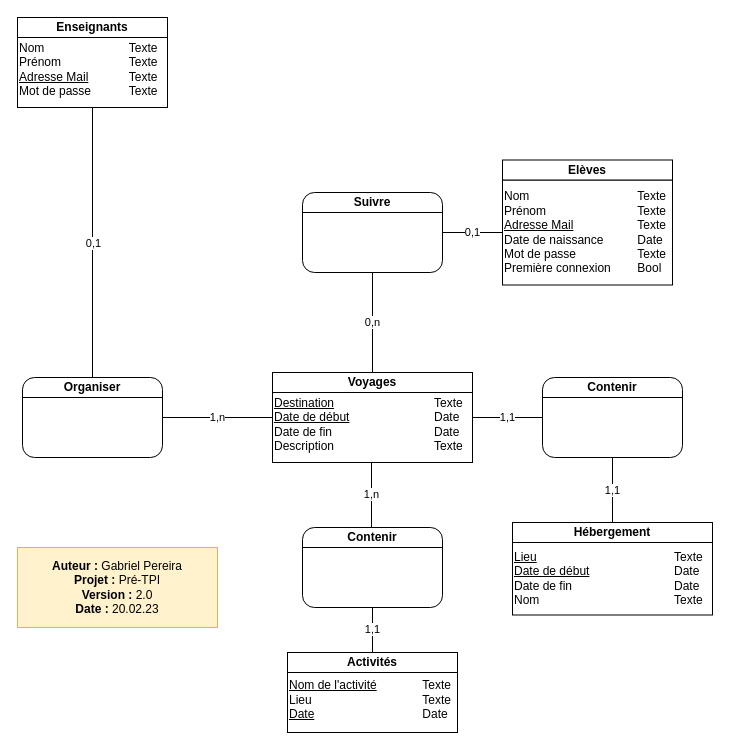
Soreenn/Pre-TPI keeps this draw.io diagram as Documentation/MCD.drawio. Above is the earlier version. Source tidied: cells renumbered, new cells numbered last; positions are measured from the earlier drawing's top-left corner, leaving out a move shared by most shapes. Both pictures are drawn from the tidied source at 100%, with x=0, y=0 at pixel (17, 17).
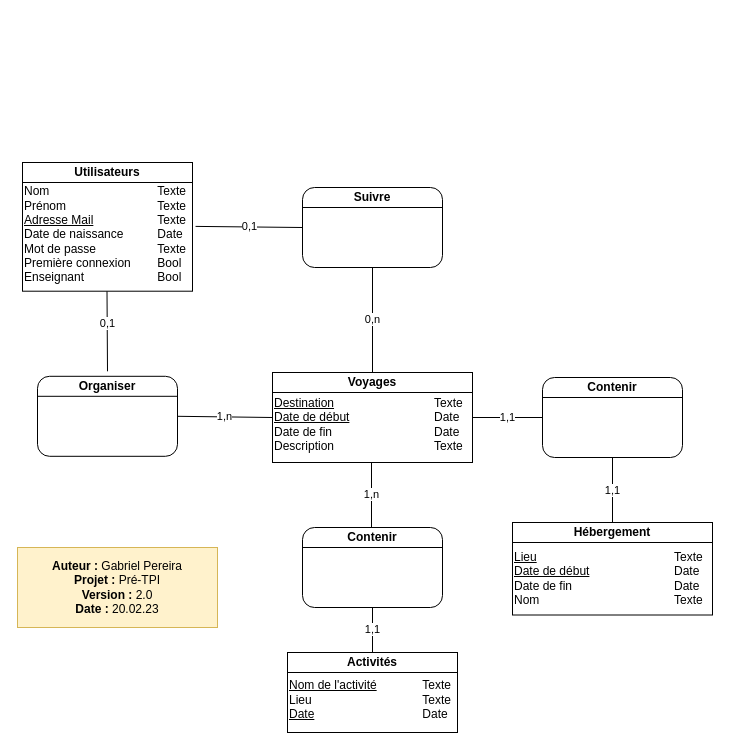
Above is the later version.

The change refers to these unchanged cells:
```xml
<mxCell id="6" value="&lt;br&gt;&lt;u&gt;Destination&lt;/u&gt;&lt;span style=&quot;white-space: pre;&quot;&gt;&#9;&lt;/span&gt;&lt;span style=&quot;white-space: pre;&quot;&gt;&#9;&lt;/span&gt;&lt;span style=&quot;white-space: pre;&quot;&gt;&#9;&lt;span style=&quot;white-space: pre;&quot;&gt;&#9;&lt;/span&gt;&lt;/span&gt;Texte&lt;br&gt;&lt;u&gt;Date de début&lt;/u&gt;&lt;span style=&quot;text-decoration-line: underline; white-space: pre;&quot;&gt;&#9;&lt;/span&gt;&lt;span style=&quot;text-decoration-line: underline; white-space: pre;&quot;&gt;&#9;&lt;/span&gt;&lt;span style=&quot;text-decoration-line: underline; white-space: pre;&quot;&gt;&#9;&lt;span style=&quot;white-space: pre;&quot;&gt;&#9;&lt;/span&gt;&lt;/span&gt;Date&lt;br&gt;Date de fin&lt;span style=&quot;white-space: pre;&quot;&gt;&#9;&lt;/span&gt;&lt;span style=&quot;white-space: pre;&quot;&gt;&#9;&lt;/span&gt;&lt;span style=&quot;white-space: pre;&quot;&gt;&#9;&lt;/span&gt;&lt;span style=&quot;white-space: pre;&quot;&gt;&#9;&lt;/span&gt;Date&lt;br&gt;Description&lt;span style=&quot;white-space: pre;&quot;&gt;&#9;&lt;/span&gt;&lt;span style=&quot;white-space: pre;&quot;&gt;&#9;&lt;/span&gt;&lt;span style=&quot;white-space: pre;&quot;&gt;&#9;&lt;span style=&quot;white-space: pre;&quot;&gt;&#9;&lt;/span&gt;&lt;/span&gt;Texte" style="rounded=0;whiteSpace=wrap;html=1;align=left;" parent="1" vertex="1">
  <mxGeometry x="255" y="355" width="200" height="90" as="geometry" />
</mxCell>
<mxCell id="16" style="rounded=1;whiteSpace=wrap;html=1;" parent="15" vertex="1">
  <mxGeometry y="5" width="140" height="80" as="geometry" />
</mxCell>
```

What changed in the source:
```diff
@@
-    <mxCell id="2" value="&lt;span style=&quot;background-color: initial;&quot;&gt;Nom&amp;nbsp;&lt;span style=&quot;white-space: pre;&quot;&gt;&#9;&lt;/span&gt;&lt;span style=&quot;white-space: pre;&quot;&gt;&#9;&lt;/span&gt;&lt;span style=&quot;white-space: pre;&quot;&gt;&#9;&lt;span style=&quot;white-space: pre;&quot;&gt;&#9;&lt;/span&gt;&lt;/span&gt;&lt;/span&gt;&lt;span style=&quot;background-color: initial;&quot;&gt;Texte&lt;/span&gt;&lt;br&gt;&lt;span style=&quot;text-align: center;&quot;&gt;Prénom&lt;/span&gt;&lt;span style=&quot;border-color: var(--border-color); text-align: center;&quot;&gt;&amp;nbsp;&lt;span style=&quot;white-space: pre;&quot;&gt;&#9;&lt;/span&gt;&lt;span style=&quot;white-space: pre;&quot;&gt;&#9;&lt;/span&gt;&lt;span style=&quot;white-space: pre;&quot;&gt;&#9;&lt;span style=&quot;white-space: pre;&quot;&gt;&#9;&lt;/span&gt;&lt;/span&gt;&lt;/span&gt;&lt;span style=&quot;text-align: center;&quot;&gt;Texte&lt;/span&gt;&lt;br style=&quot;border-color: var(--border-color); text-align: center;&quot;&gt;&lt;span style=&quot;text-align: center;&quot;&gt;&lt;u&gt;Adresse Mail&lt;/u&gt;&lt;span style=&quot;white-space: pre;&quot;&gt;&#9;&lt;/span&gt;&lt;span style=&quot;white-space: pre;&quot;&gt;&#9;&lt;span style=&quot;white-space: pre;&quot;&gt;&#9;&lt;/span&gt;&lt;/span&gt;&lt;/span&gt;&lt;span style=&quot;text-align: center;&quot;&gt;Texte&lt;br&gt;&lt;/span&gt;Date de naissance&lt;span style=&quot;white-space: pre;&quot;&gt;&#9;&lt;/span&gt;&lt;span style=&quot;white-space: pre;&quot;&gt;&#9;&lt;/span&gt;Date&lt;br&gt;Mot de passe&lt;span style=&quot;white-space: pre;&quot;&gt;&#9;&lt;/span&gt;&lt;span style=&quot;white-space: pre;&quot;&gt;&#9;&lt;/span&gt;&lt;span style=&quot;white-space: pre;&quot;&gt;&#9;&lt;/span&gt;Texte&lt;br&gt;Première connexion&lt;span style=&quot;white-space: pre;&quot;&gt;&#9;&lt;/span&gt;Bool" style="rounded=0;whiteSpace=wrap;html=1;align=left;" parent="1" vertex="1">
-      <mxGeometry x="485" y="162.5" width="170" height="105" as="geometry" />
+    <mxCell id="2" value="&lt;span style=&quot;background-color: initial;&quot;&gt;Nom&amp;nbsp;&lt;span style=&quot;white-space: pre;&quot;&gt;&#9;&lt;/span&gt;&lt;span style=&quot;white-space: pre;&quot;&gt;&#9;&lt;/span&gt;&lt;span style=&quot;white-space: pre;&quot;&gt;&#9;&lt;span style=&quot;white-space: pre;&quot;&gt;&#9;&lt;/span&gt;&lt;/span&gt;&lt;/span&gt;&lt;span style=&quot;background-color: initial;&quot;&gt;Texte&lt;/span&gt;&lt;br&gt;&lt;span style=&quot;text-align: center;&quot;&gt;Prénom&lt;/span&gt;&lt;span style=&quot;border-color: var(--border-color); text-align: center;&quot;&gt;&amp;nbsp;&lt;span style=&quot;white-space: pre;&quot;&gt;&#9;&lt;/span&gt;&lt;span style=&quot;white-space: pre;&quot;&gt;&#9;&lt;/span&gt;&lt;span style=&quot;white-space: pre;&quot;&gt;&#9;&lt;span style=&quot;white-space: pre;&quot;&gt;&#9;&lt;/span&gt;&lt;/span&gt;&lt;/span&gt;&lt;span style=&quot;text-align: center;&quot;&gt;Texte&lt;/span&gt;&lt;br style=&quot;border-color: var(--border-color); text-align: center;&quot;&gt;&lt;span style=&quot;text-align: center;&quot;&gt;&lt;u&gt;Adresse Mail&lt;/u&gt;&lt;span style=&quot;white-space: pre;&quot;&gt;&#9;&lt;/span&gt;&lt;span style=&quot;white-space: pre;&quot;&gt;&#9;&lt;span style=&quot;white-space: pre;&quot;&gt;&#9;&lt;/span&gt;&lt;/span&gt;&lt;/span&gt;&lt;span style=&quot;text-align: center;&quot;&gt;Texte&lt;br&gt;&lt;/span&gt;Date de naissance&lt;span style=&quot;white-space: pre;&quot;&gt;&#9;&lt;/span&gt;&lt;span style=&quot;white-space: pre;&quot;&gt;&#9;&lt;/span&gt;Date&lt;br&gt;Mot de passe&lt;span style=&quot;white-space: pre;&quot;&gt;&#9;&lt;/span&gt;&lt;span style=&quot;white-space: pre;&quot;&gt;&#9;&lt;/span&gt;&lt;span style=&quot;white-space: pre;&quot;&gt;&#9;&lt;/span&gt;Texte&lt;br&gt;Première connexion&lt;span style=&quot;white-space: pre;&quot;&gt;&#9;&lt;/span&gt;Bool&lt;br&gt;Enseignant&lt;span style=&quot;white-space: pre;&quot;&gt;&#9;&lt;/span&gt;&lt;span style=&quot;white-space: pre;&quot;&gt;&#9;&lt;/span&gt;&lt;span style=&quot;white-space: pre;&quot;&gt;&#9;&lt;/span&gt;Bool" style="rounded=0;whiteSpace=wrap;html=1;align=left;" parent="1" vertex="1">
+      <mxGeometry x="5" y="161.2" width="170" height="112.5" as="geometry" />
     </mxCell>
-    <mxCell id="3" value="Elèves" style="rounded=0;whiteSpace=wrap;html=1;fontStyle=1;" parent="1" vertex="1">
-      <mxGeometry x="485" y="142.5" width="170" height="20" as="geometry" />
+    <mxCell id="3" value="Utilisateurs" style="rounded=0;whiteSpace=wrap;html=1;fontStyle=1;" parent="1" vertex="1">
+      <mxGeometry x="5" y="145" width="170" height="20" as="geometry" />
     </mxCell>
-    <mxCell id="4" value="&lt;br&gt;Nom&amp;nbsp;&lt;span style=&quot;border-color: var(--border-color);&quot;&gt;&#9;&lt;span style=&quot;white-space: pre;&quot;&gt;&#9;&lt;/span&gt;&lt;span style=&quot;white-space: pre;&quot;&gt;&#9;&lt;/span&gt;&lt;span style=&quot;white-space: pre;&quot;&gt;&#9;&lt;/span&gt;&lt;/span&gt;&lt;span style=&quot;border-color: var(--border-color);&quot;&gt;&#9;&lt;/span&gt;&lt;span style=&quot;border-color: var(--border-color); background-color: initial;&quot;&gt;&lt;/span&gt;&lt;span style=&quot;border-color: var(--border-color); background-color: initial;&quot;&gt;Texte&lt;/span&gt;&lt;br style=&quot;border-color: var(--border-color);&quot;&gt;&lt;span style=&quot;border-color: var(--border-color);&quot;&gt;Prénom&lt;/span&gt;&lt;span style=&quot;border-color: var(--border-color);&quot;&gt;&amp;nbsp;&lt;span style=&quot;border-color: var(--border-color);&quot;&gt;&#9;&lt;span style=&quot;white-space: pre;&quot;&gt;&#9;&lt;/span&gt;&lt;span style=&quot;white-space: pre;&quot;&gt;&#9;&lt;/span&gt;&lt;span style=&quot;white-space: pre;&quot;&gt;&#9;&lt;/span&gt;&lt;/span&gt;&lt;span style=&quot;border-color: var(--border-color);&quot;&gt;&#9;&lt;/span&gt;&lt;span style=&quot;border-color: var(--border-color);&quot;&gt;&#9;&lt;span style=&quot;border-color: var(--border-color);&quot;&gt;&#9;&lt;/span&gt;&lt;/span&gt;&lt;/span&gt;&lt;span style=&quot;border-color: var(--border-color);&quot;&gt;Texte&lt;/span&gt;&lt;br style=&quot;border-color: var(--border-color);&quot;&gt;&lt;span style=&quot;border-color: var(--border-color);&quot;&gt;&lt;u style=&quot;border-color: var(--border-color);&quot;&gt;Adresse Mail&lt;/u&gt;&lt;span style=&quot;border-color: var(--border-color);&quot;&gt;&#9;&lt;span style=&quot;white-space: pre;&quot;&gt;&#9;&lt;/span&gt;&lt;span style=&quot;white-space: pre;&quot;&gt;&#9;&lt;/span&gt;&lt;/span&gt;&lt;span style=&quot;border-color: var(--border-color);&quot;&gt;&#9;&lt;span style=&quot;border-color: var(--border-color);&quot;&gt;&#9;&lt;/span&gt;&lt;/span&gt;&lt;/span&gt;&lt;span style=&quot;border-color: var(--border-color);&quot;&gt;Texte&lt;/span&gt;&lt;br style=&quot;border-color: var(--border-color);&quot;&gt;&lt;span style=&quot;&quot;&gt;Mot de passe&lt;/span&gt;&lt;span style=&quot;border-color: var(--border-color);&quot;&gt;&#9;&lt;span style=&quot;white-space: pre;&quot;&gt;&#9;&lt;/span&gt;&lt;span style=&quot;white-space: pre;&quot;&gt;&#9;&lt;/span&gt;&lt;/span&gt;&lt;span style=&quot;border-color: var(--border-color);&quot;&gt;&#9;&lt;/span&gt;&lt;span style=&quot;border-color: var(--border-color);&quot;&gt;&#9;&lt;/span&gt;&lt;span style=&quot;&quot;&gt;Texte&lt;/span&gt;" style="rounded=0;whiteSpace=wrap;html=1;align=left;" parent="1" vertex="1">
-      <mxGeometry width="150" height="90" as="geometry" />
-    </mxCell>
-    <mxCell id="5" value="Enseignants" style="rounded=0;whiteSpace=wrap;html=1;fontStyle=1;" parent="1" vertex="1">
-      <mxGeometry width="150" height="20" as="geometry" />
-    </mxCell>
@@
-    <mxCell id="8" style="group;" parent="1" vertex="1">
-      <mxGeometry x="5" y="355" width="140" height="85" as="geometry" />
-    </mxCell>
-    <mxCell id="9" style="rounded=1;whiteSpace=wrap;html=1;" parent="8" vertex="1">
-      <mxGeometry y="5" width="140" height="80" as="geometry" />
-    </mxCell>
-    <mxCell id="10" style="endArrow=none;html=1;rounded=0;exitX=0;exitY=0.25;exitDx=0;exitDy=0;entryX=1;entryY=0.25;entryDx=0;entryDy=0;" parent="8" edge="1" source="9" target="9">
-      <mxGeometry relative="1" as="geometry" />
-    </mxCell>
-    <mxCell id="11" value="Organiser" style="text;html=1;strokeColor=none;fillColor=none;align=center;verticalAlign=middle;whiteSpace=wrap;rounded=0;fontStyle=1;" parent="8" vertex="1">
-      <mxGeometry x="40" width="60" height="30" as="geometry" />
-    </mxCell>
-    <mxCell id="12" value="1,n" style="endArrow=none;html=1;rounded=0;entryX=0;entryY=0.5;entryDx=0;entryDy=0;exitX=1;exitY=0.5;exitDx=0;exitDy=0;" parent="1" edge="1" source="9" target="6">
-      <mxGeometry relative="1" as="geometry" />
-    </mxCell>
-    <mxCell id="13" style="endArrow=none;html=1;rounded=0;entryX=0.5;entryY=1;entryDx=0;entryDy=0;exitX=0.5;exitY=0;exitDx=0;exitDy=0;" parent="1" edge="1" source="9" target="4">
-      <mxGeometry relative="1" as="geometry" />
-    </mxCell>
-    <mxCell id="14" value="0,1" style="edgeLabel;html=1;align=center;verticalAlign=middle;" parent="13" vertex="1">
-      <mxGeometry x="-0.08" y="-2" relative="1" as="geometry">
-        <mxPoint x="-2" y="-11" as="offset" />
-      </mxGeometry>
-    </mxCell>
     <mxCell id="15" style="group;" parent="1" vertex="1">
-      <mxGeometry x="285" y="170" width="140" height="85" as="geometry" />
+      <mxGeometry x="285" y="165" width="140" height="85" as="geometry" />
     </mxCell>
@@
-    <mxCell id="19" value="0,1" style="endArrow=none;html=1;rounded=0;entryX=0;entryY=0.5;entryDx=0;entryDy=0;exitX=1;exitY=0.5;exitDx=0;exitDy=0;" parent="1" edge="1" source="16" target="2">
-      <mxGeometry relative="1" as="geometry" />
-    </mxCell>
@@
+    <mxCell id="38" style="group;" parent="1" vertex="1">
+      <mxGeometry x="20" y="353.8" width="140" height="85" as="geometry" />
+    </mxCell>
+    <mxCell id="9" style="rounded=1;whiteSpace=wrap;html=1;" parent="38" vertex="1">
+      <mxGeometry y="5" width="140" height="80" as="geometry" />
+    </mxCell>
+    <mxCell id="10" style="endArrow=none;html=1;rounded=0;exitX=0;exitY=0.25;exitDx=0;exitDy=0;entryX=1;entryY=0.25;entryDx=0;entryDy=0;" parent="38" edge="1" source="9" target="9">
+      <mxGeometry relative="1" as="geometry" />
+    </mxCell>
+    <mxCell id="11" value="Organiser" style="text;html=1;strokeColor=none;fillColor=none;align=center;verticalAlign=middle;whiteSpace=wrap;rounded=0;fontStyle=1;" parent="38" vertex="1">
+      <mxGeometry x="40" width="60" height="30" as="geometry" />
+    </mxCell>
+    <mxCell id="39" style="endArrow=none;html=1;rounded=0;entryX=0.5;entryY=1;entryDx=0;entryDy=0;exitX=0.5;exitY=0;exitDx=0;exitDy=0;" parent="38" edge="1" source="11">
+      <mxGeometry relative="1" as="geometry">
+        <mxPoint x="69.5" y="-80" as="targetPoint" />
+      </mxGeometry>
+    </mxCell>
+    <mxCell id="14" value="0,1" style="edgeLabel;html=1;align=center;verticalAlign=middle;" parent="39" vertex="1">
+      <mxGeometry x="-0.08" y="-2" relative="1" as="geometry">
+        <mxPoint x="-2" y="-11" as="offset" />
+      </mxGeometry>
+    </mxCell>
+    <mxCell id="12" value="1,n" style="endArrow=none;html=1;rounded=0;entryX=1;entryY=0.5;entryDx=0;entryDy=0;exitX=0;exitY=0.5;exitDx=0;exitDy=0;" parent="1" edge="1" source="6" target="9">
+      <mxGeometry relative="1" as="geometry" />
+    </mxCell>
+    <mxCell id="19" value="0,1" style="endArrow=none;html=1;rounded=0;entryX=1.018;entryY=0.424;entryDx=0;entryDy=0;exitX=0;exitY=0.5;exitDx=0;exitDy=0;entryPerimeter=0;" parent="1" edge="1" source="16" target="2">
+      <mxGeometry relative="1" as="geometry" />
+    </mxCell>
```
